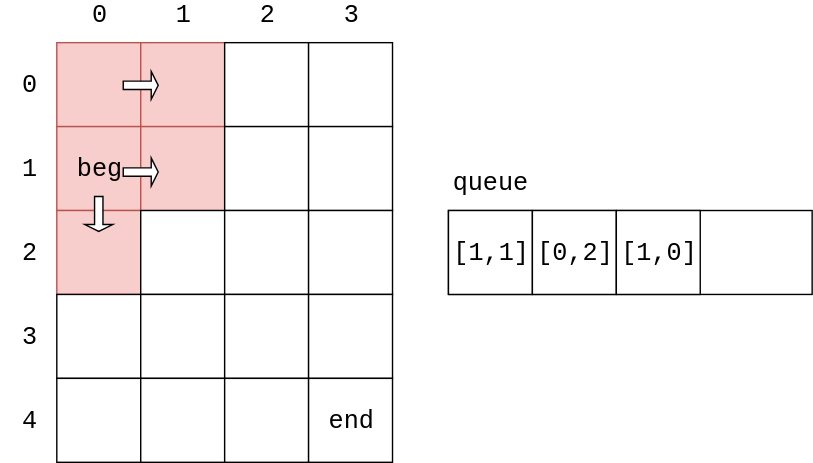
Earlier version of the draw.io export docs/Search/res/BreadthFirstSearch3.svg (linrongbin16/way-to-algorithm). Source tidied: cells renumbered, new cells last; positions are measured from the earlier drawing's top-left corner, leaving out a move shared by most shapes. Its diagram source:
```xml
<mxGraphModel background="#ffffff">
  <root>
    <mxCell id="0" />
    <mxCell id="1" parent="0" />
    <mxCell id="2" style="rounded=0;whiteSpace=wrap;html=1;fontFamily=Courier New;fontSize=18;fillColor=#f8cecc;strokeColor=#b85450;" parent="1" vertex="1">
      <mxGeometry x="40" y="30" width="60" height="60" as="geometry" />
    </mxCell>
    <mxCell id="3" style="rounded=0;whiteSpace=wrap;html=1;fontFamily=Courier New;fontSize=18;fillColor=#f8cecc;strokeColor=#b85450;" parent="1" vertex="1">
      <mxGeometry x="100" y="30" width="60" height="60" as="geometry" />
    </mxCell>
    <mxCell id="4" style="rounded=0;whiteSpace=wrap;html=1;fontFamily=Courier New;fontSize=18;" parent="1" vertex="1">
      <mxGeometry x="160" y="30" width="60" height="60" as="geometry" />
    </mxCell>
    <mxCell id="5" style="rounded=0;whiteSpace=wrap;html=1;fontFamily=Courier New;fontSize=18;" parent="1" vertex="1">
      <mxGeometry x="220" y="30" width="60" height="60" as="geometry" />
    </mxCell>
    <mxCell id="6" value="beg" style="rounded=0;whiteSpace=wrap;html=1;fontFamily=Courier New;fontSize=18;fillColor=#f8cecc;strokeColor=#b85450;" parent="1" vertex="1">
      <mxGeometry x="40" y="90" width="60" height="60" as="geometry" />
    </mxCell>
    <mxCell id="7" style="rounded=0;whiteSpace=wrap;html=1;fontFamily=Courier New;fontSize=18;fillColor=#f8cecc;strokeColor=#b85450;" parent="1" vertex="1">
      <mxGeometry x="100" y="90" width="60" height="60" as="geometry" />
    </mxCell>
    <mxCell id="8" style="rounded=0;whiteSpace=wrap;html=1;fontFamily=Courier New;fontSize=18;fillColor=#ffffff;strokeColor=#000000;shadow=0;" parent="1" vertex="1">
      <mxGeometry x="160" y="90" width="60" height="60" as="geometry" />
    </mxCell>
    <mxCell id="9" style="rounded=0;whiteSpace=wrap;html=1;fontFamily=Courier New;fontSize=18;fillColor=#ffffff;strokeColor=#000000;" parent="1" vertex="1">
      <mxGeometry x="220" y="90" width="60" height="60" as="geometry" />
    </mxCell>
    <mxCell id="10" style="rounded=0;whiteSpace=wrap;html=1;fontFamily=Courier New;fontSize=18;fillColor=#f8cecc;strokeColor=#b85450;" parent="1" vertex="1">
      <mxGeometry x="40" y="150" width="60" height="60" as="geometry" />
    </mxCell>
    <mxCell id="11" style="rounded=0;whiteSpace=wrap;html=1;fontFamily=Courier New;fontSize=18;fillColor=#ffffff;strokeColor=#000000;" parent="1" vertex="1">
      <mxGeometry x="100" y="150" width="60" height="60" as="geometry" />
    </mxCell>
    <mxCell id="12" value="0" style="text;html=1;strokeColor=none;fillColor=none;align=center;verticalAlign=middle;whiteSpace=wrap;fontFamily=Courier New;fontSize=18;" parent="1" vertex="1">
      <mxGeometry x="50" width="40" height="20" as="geometry" />
    </mxCell>
    <mxCell id="13" value="1" style="text;html=1;strokeColor=none;fillColor=none;align=center;verticalAlign=middle;whiteSpace=wrap;fontFamily=Courier New;fontSize=18;" parent="1" vertex="1">
      <mxGeometry x="110" width="40" height="20" as="geometry" />
    </mxCell>
    <mxCell id="14" value="2" style="text;html=1;strokeColor=none;fillColor=none;align=center;verticalAlign=middle;whiteSpace=wrap;fontFamily=Courier New;fontSize=18;" parent="1" vertex="1">
      <mxGeometry x="170" width="40" height="20" as="geometry" />
    </mxCell>
    <mxCell id="15" value="3" style="text;html=1;strokeColor=none;fillColor=none;align=center;verticalAlign=middle;whiteSpace=wrap;fontFamily=Courier New;fontSize=18;" parent="1" vertex="1">
      <mxGeometry x="230" width="40" height="20" as="geometry" />
    </mxCell>
    <mxCell id="16" value="0" style="text;html=1;strokeColor=none;fillColor=none;align=center;verticalAlign=middle;whiteSpace=wrap;fontFamily=Courier New;fontSize=18;" parent="1" vertex="1">
      <mxGeometry y="50" width="40" height="20" as="geometry" />
    </mxCell>
    <mxCell id="17" value="1" style="text;html=1;strokeColor=none;fillColor=none;align=center;verticalAlign=middle;whiteSpace=wrap;fontFamily=Courier New;fontSize=18;" parent="1" vertex="1">
      <mxGeometry y="110" width="40" height="20" as="geometry" />
    </mxCell>
    <mxCell id="18" value="2" style="text;html=1;strokeColor=none;fillColor=none;align=center;verticalAlign=middle;whiteSpace=wrap;fontFamily=Courier New;fontSize=18;" parent="1" vertex="1">
      <mxGeometry y="170" width="40" height="20" as="geometry" />
    </mxCell>
    <mxCell id="19" value="3" style="text;html=1;strokeColor=none;fillColor=none;align=center;verticalAlign=middle;whiteSpace=wrap;fontFamily=Courier New;fontSize=18;" parent="1" vertex="1">
      <mxGeometry y="230" width="40" height="20" as="geometry" />
    </mxCell>
    <mxCell id="20" value="4" style="text;html=1;strokeColor=none;fillColor=none;align=center;verticalAlign=middle;whiteSpace=wrap;fontFamily=Courier New;fontSize=18;" parent="1" vertex="1">
      <mxGeometry y="290" width="40" height="20" as="geometry" />
    </mxCell>
    <mxCell id="21" style="rounded=0;whiteSpace=wrap;html=1;fontFamily=Courier New;fontSize=18;fillColor=#ffffff;strokeColor=#000000;shadow=0;" parent="1" vertex="1">
      <mxGeometry x="160" y="150" width="60" height="60" as="geometry" />
    </mxCell>
    <mxCell id="22" style="rounded=0;whiteSpace=wrap;html=1;fontFamily=Courier New;fontSize=18;fillColor=#ffffff;strokeColor=#000000;" parent="1" vertex="1">
      <mxGeometry x="220" y="150" width="60" height="60" as="geometry" />
    </mxCell>
    <mxCell id="23" style="rounded=0;whiteSpace=wrap;html=1;fontFamily=Courier New;fontSize=18;fillColor=#ffffff;strokeColor=#000000;" parent="1" vertex="1">
      <mxGeometry x="40" y="210" width="60" height="60" as="geometry" />
    </mxCell>
    <mxCell id="24" style="rounded=0;whiteSpace=wrap;html=1;fontFamily=Courier New;fontSize=18;fillColor=#ffffff;strokeColor=#000000;" parent="1" vertex="1">
      <mxGeometry x="100" y="210" width="60" height="60" as="geometry" />
    </mxCell>
    <mxCell id="25" style="rounded=0;whiteSpace=wrap;html=1;fontFamily=Courier New;fontSize=18;fillColor=#ffffff;strokeColor=#000000;shadow=0;" parent="1" vertex="1">
      <mxGeometry x="160" y="210" width="60" height="60" as="geometry" />
    </mxCell>
    <mxCell id="26" style="rounded=0;whiteSpace=wrap;html=1;fontFamily=Courier New;fontSize=18;fillColor=#ffffff;strokeColor=#000000;" parent="1" vertex="1">
      <mxGeometry x="220" y="210" width="60" height="60" as="geometry" />
    </mxCell>
    <mxCell id="27" style="rounded=0;whiteSpace=wrap;html=1;fontFamily=Courier New;fontSize=18;fillColor=#ffffff;strokeColor=#000000;" parent="1" vertex="1">
      <mxGeometry x="40" y="270" width="60" height="60" as="geometry" />
    </mxCell>
    <mxCell id="28" style="rounded=0;whiteSpace=wrap;html=1;fontFamily=Courier New;fontSize=18;fillColor=#ffffff;strokeColor=#000000;" parent="1" vertex="1">
      <mxGeometry x="100" y="270" width="60" height="60" as="geometry" />
    </mxCell>
    <mxCell id="29" style="rounded=0;whiteSpace=wrap;html=1;fontFamily=Courier New;fontSize=18;fillColor=#ffffff;strokeColor=#000000;shadow=0;" parent="1" vertex="1">
      <mxGeometry x="160" y="270" width="60" height="60" as="geometry" />
    </mxCell>
    <mxCell id="30" value="end" style="rounded=0;whiteSpace=wrap;html=1;fontFamily=Courier New;fontSize=18;fillColor=#ffffff;strokeColor=#000000;" parent="1" vertex="1">
      <mxGeometry x="220" y="270" width="60" height="60" as="geometry" />
    </mxCell>
    <mxCell id="31" value="queue" style="text;html=1;strokeColor=none;fillColor=none;align=center;verticalAlign=middle;whiteSpace=wrap;rounded=0;shadow=0;fontFamily=Courier New;fontSize=18;" parent="1" vertex="1">
      <mxGeometry x="330" y="120" width="40" height="20" as="geometry" />
    </mxCell>
    <mxCell id="32" style="rounded=0;whiteSpace=wrap;html=1;fontFamily=Courier New;fontSize=18;" parent="1" vertex="1">
      <mxGeometry x="320" y="150" width="260" height="60" as="geometry" />
    </mxCell>
    <mxCell id="33" value="[1,1]" style="rounded=0;whiteSpace=wrap;html=1;fontFamily=Courier New;fontSize=18;fillColor=#ffffff;strokeColor=#000000;" parent="1" vertex="1">
      <mxGeometry x="320" y="150" width="60" height="60" as="geometry" />
    </mxCell>
    <mxCell id="34" style="shape=singleArrow;direction=north;whiteSpace=wrap;html=1;rounded=0;shadow=0;strokeColor=#000000;fillColor=#ffffff;gradientColor=none;fontFamily=Courier New;fontSize=18;rotation=90;" parent="1" vertex="1">
      <mxGeometry x="90" y="110" width="20" height="25" as="geometry" />
    </mxCell>
    <mxCell id="35" style="shape=singleArrow;direction=north;whiteSpace=wrap;html=1;rounded=0;shadow=0;strokeColor=#000000;fillColor=#ffffff;gradientColor=none;fontFamily=Courier New;fontSize=18;rotation=180;" parent="1" vertex="1">
      <mxGeometry x="60" y="140" width="20" height="25" as="geometry" />
    </mxCell>
    <mxCell id="36" value="[0,2]" style="rounded=0;whiteSpace=wrap;html=1;fontFamily=Courier New;fontSize=18;fillColor=#ffffff;strokeColor=#000000;" parent="1" vertex="1">
      <mxGeometry x="380" y="150" width="60" height="60" as="geometry" />
    </mxCell>
    <mxCell id="37" value="[1,0]" style="rounded=0;whiteSpace=wrap;html=1;fontFamily=Courier New;fontSize=18;fillColor=#ffffff;strokeColor=#000000;" parent="1" vertex="1">
      <mxGeometry x="440" y="150" width="60" height="60" as="geometry" />
    </mxCell>
    <mxCell id="38" style="shape=singleArrow;direction=north;whiteSpace=wrap;html=1;rounded=0;shadow=0;strokeColor=#000000;fillColor=#ffffff;gradientColor=none;fontFamily=Courier New;fontSize=18;rotation=90;" parent="1" vertex="1">
      <mxGeometry x="90" y="48" width="20" height="25" as="geometry" />
    </mxCell>
  </root>
</mxGraphModel>
```
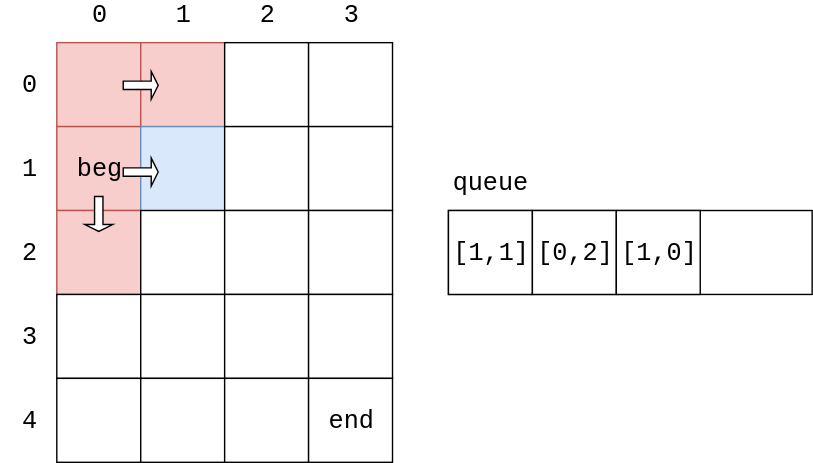
The same diagram one commit later.

The edit, as a diff of the source:
```diff
@@ -17,7 +17,7 @@
     <mxCell id="6" value="beg" style="rounded=0;whiteSpace=wrap;html=1;fontFamily=Courier New;fontSize=18;fillColor=#f8cecc;strokeColor=#b85450;" parent="1" vertex="1">
       <mxGeometry x="40" y="90" width="60" height="60" as="geometry" />
     </mxCell>
-    <mxCell id="7" style="rounded=0;whiteSpace=wrap;html=1;fontFamily=Courier New;fontSize=18;fillColor=#f8cecc;strokeColor=#b85450;" parent="1" vertex="1">
+    <mxCell id="7" style="rounded=0;whiteSpace=wrap;html=1;fontFamily=Courier New;fontSize=18;fillColor=#dae8fc;strokeColor=#6c8ebf;" parent="1" vertex="1">
       <mxGeometry x="100" y="90" width="60" height="60" as="geometry" />
     </mxCell>
     <mxCell id="8" style="rounded=0;whiteSpace=wrap;html=1;fontFamily=Courier New;fontSize=18;fillColor=#ffffff;strokeColor=#000000;shadow=0;" parent="1" vertex="1">
```
